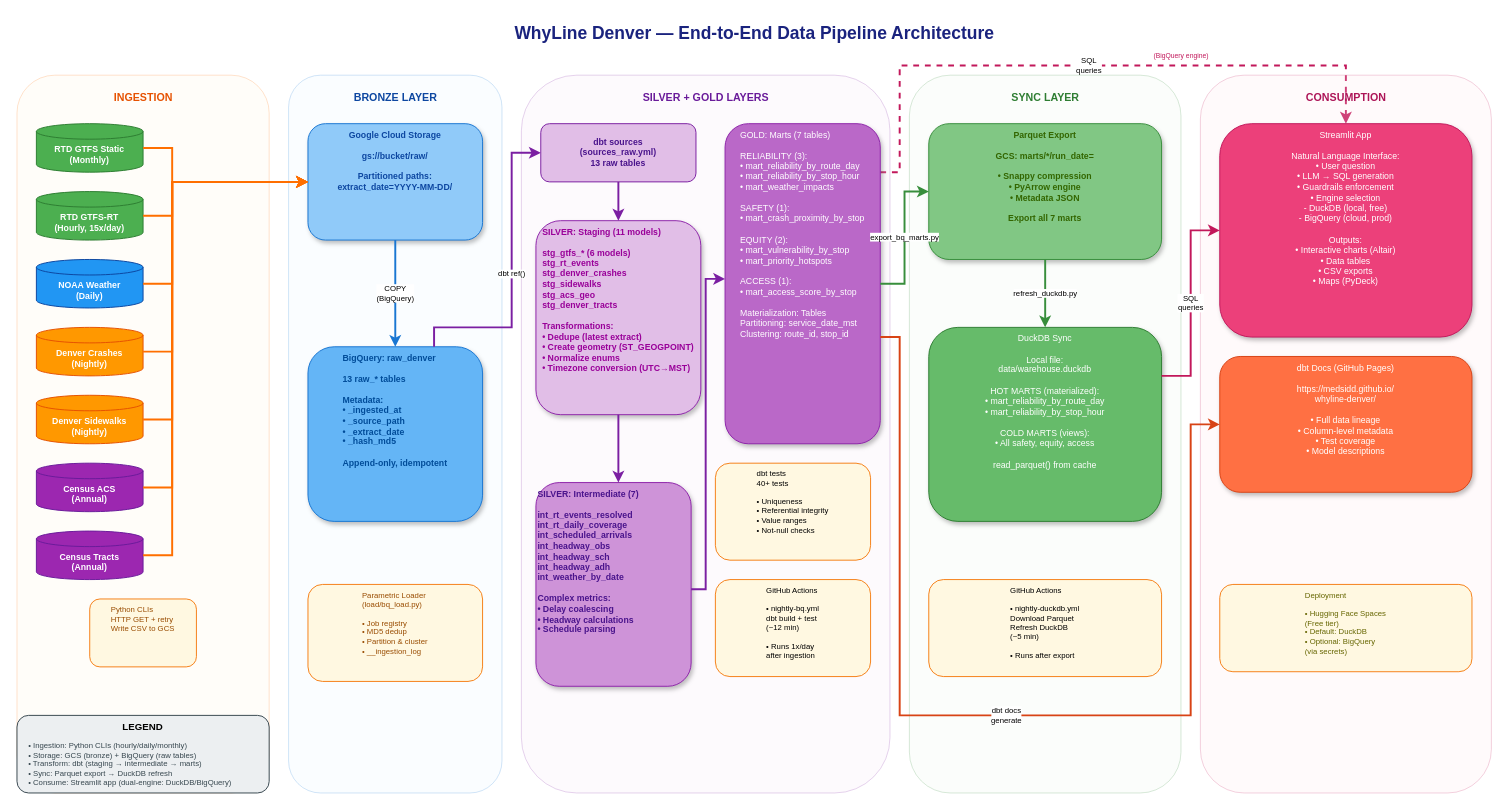
Before: docs/diagrams/pipeline.drawio in medsidd/whyline-denver, a draw.io diagram. Source tidied: cells renumbered, new cells numbered last; positions are measured from the earlier drawing's top-left corner, leaving out a move shared by most shapes. Both pictures are drawn from the tidied source at 97%, with x=0, y=0 at pixel (16, 16).
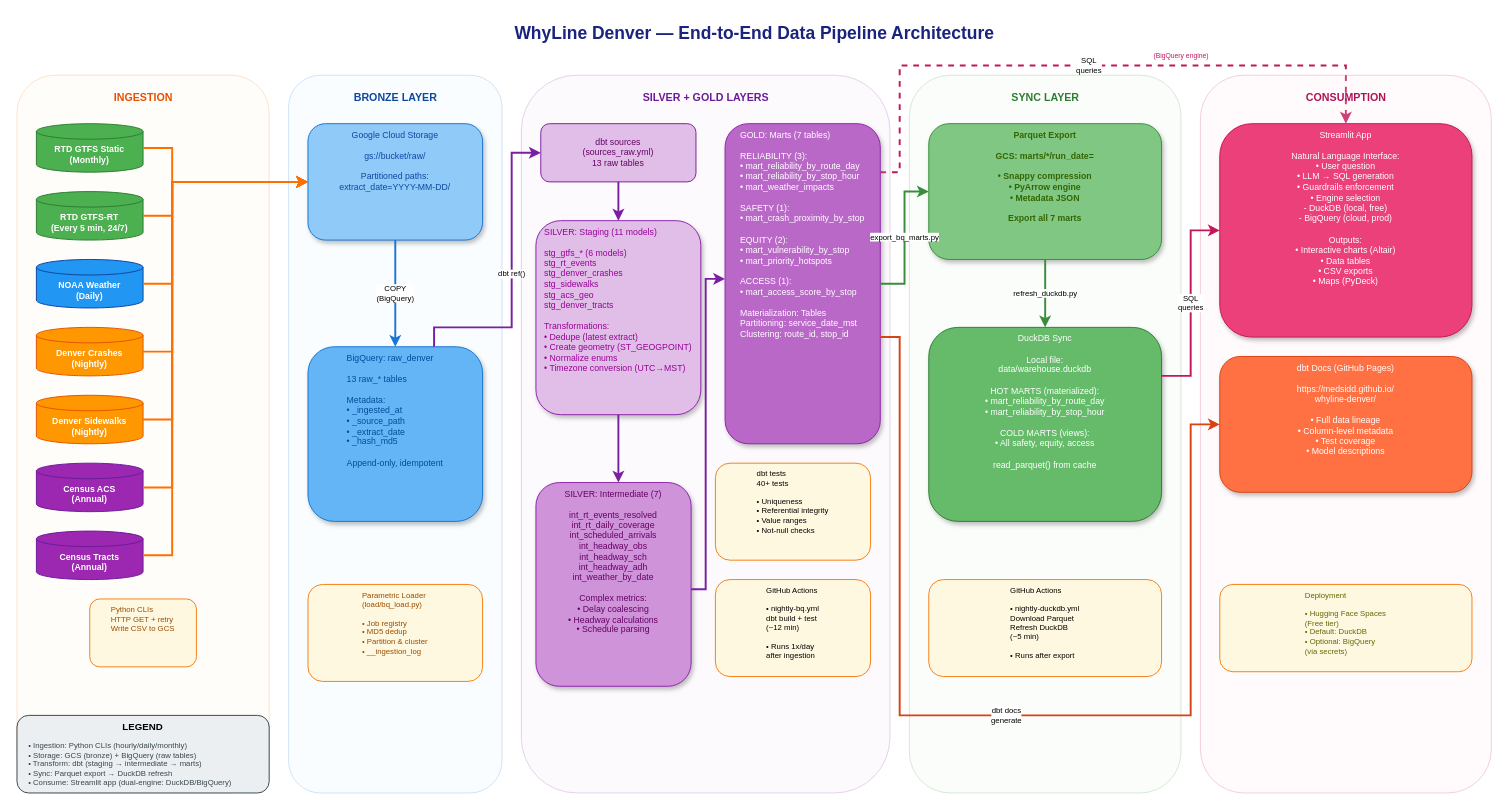
The same page after the edit.

Change to the diagram source:
```diff
@@
-    <mxCell id="15" value="RTD GTFS-RT&#10;(Hourly, 15x/day)" style="shape=cylinder3;whiteSpace=wrap;html=1;boundedLbl=1;size=8;fillColor=#4caf50;strokeColor=#2e7d32;fontColor=#ffffff;fontSize=9;fontStyle=1;" parent="1" vertex="1">
+    <mxCell id="15" value="RTD GTFS-RT&#10;(Every 5 min, 24/7)" style="shape=cylinder3;whiteSpace=wrap;html=1;boundedLbl=1;size=8;fillColor=#4caf50;strokeColor=#2e7d32;fontColor=#ffffff;fontSize=9;fontStyle=1;" parent="1" vertex="1">
       <mxGeometry x="20" y="180" width="110" height="50" as="geometry" />
     </mxCell>
@@
-    <mxCell id="22" value="Google Cloud Storage&lt;br&gt;&lt;br&gt;gs://bucket/raw/&lt;br&gt;&lt;br&gt;Partitioned paths:&lt;br&gt;extract_date=YYYY-MM-DD/" style="rounded=1;whiteSpace=wrap;html=1;fillColor=#90caf9;strokeColor=#1976d2;fontColor=#0d47a1;fontSize=9;align=center;verticalAlign=top;fontStyle=1;shadow=1;" parent="1" vertex="1">
+    <mxCell id="22" value="&lt;span style=&quot;font-weight: normal;&quot;&gt;Google Cloud Storage&lt;br&gt;&lt;br&gt;gs://bucket/raw/&lt;br&gt;&lt;br&gt;Partitioned paths:&lt;br&gt;extract_date=YYYY-MM-DD/&lt;/span&gt;" style="rounded=1;whiteSpace=wrap;html=1;fillColor=#90caf9;strokeColor=#1976d2;fontColor=#0d47a1;fontSize=9;align=center;verticalAlign=top;fontStyle=1;shadow=1;" parent="1" vertex="1">
       <mxGeometry x="300" y="110" width="180" height="120" as="geometry" />
     </mxCell>
-    <mxCell id="23" value="&lt;div style=&quot;text-align: justify;&quot;&gt;&lt;span style=&quot;background-color: transparent;&quot;&gt;&lt;font style=&quot;color: rgb(0, 76, 153);&quot;&gt;BigQuery: raw_denver&lt;/font&gt;&lt;/span&gt;&lt;/div&gt;&lt;div style=&quot;text-align: justify;&quot;&gt;&lt;font style=&quot;color: rgb(0, 76, 153);&quot;&gt;&lt;br&gt;&lt;/font&gt;&lt;/div&gt;&lt;div style=&quot;text-align: justify;&quot;&gt;&lt;span style=&quot;background-color: transparent;&quot;&gt;&lt;font style=&quot;color: rgb(0, 76, 153);&quot;&gt;13 raw_* tables&lt;/font&gt;&lt;/span&gt;&lt;/div&gt;&lt;div style=&quot;text-align: justify;&quot;&gt;&lt;font style=&quot;color: rgb(0, 76, 153);&quot;&gt;&lt;br&gt;&lt;/font&gt;&lt;/div&gt;&lt;div style=&quot;text-align: justify;&quot;&gt;&lt;span style=&quot;background-color: transparent;&quot;&gt;&lt;font style=&quot;color: rgb(0, 76, 153);&quot;&gt;Metadata:&lt;/font&gt;&lt;/span&gt;&lt;/div&gt;&lt;div style=&quot;text-align: justify;&quot;&gt;&lt;span style=&quot;background-color: transparent;&quot;&gt;&lt;font style=&quot;color: rgb(0, 76, 153);&quot;&gt;• _ingested_at&lt;/font&gt;&lt;/span&gt;&lt;/div&gt;&lt;div style=&quot;text-align: justify;&quot;&gt;&lt;span style=&quot;background-color: transparent;&quot;&gt;&lt;font style=&quot;color: rgb(0, 76, 153);&quot;&gt;• _source_path&lt;/font&gt;&lt;/span&gt;&lt;/div&gt;&lt;div style=&quot;text-align: justify;&quot;&gt;&lt;span style=&quot;background-color: transparent;&quot;&gt;&lt;font style=&quot;color: rgb(0, 76, 153);&quot;&gt;• _extract_date&lt;/font&gt;&lt;/span&gt;&lt;/div&gt;&lt;div style=&quot;text-align: justify;&quot;&gt;&lt;span style=&quot;background-color: transparent;&quot;&gt;&lt;font style=&quot;color: rgb(0, 76, 153);&quot;&gt;• _hash_md5&lt;/font&gt;&lt;/span&gt;&lt;/div&gt;&lt;div style=&quot;text-align: justify;&quot;&gt;&lt;font style=&quot;color: rgb(0, 76, 153);&quot;&gt;&lt;br&gt;&lt;/font&gt;&lt;/div&gt;&lt;div style=&quot;text-align: justify;&quot;&gt;&lt;span style=&quot;background-color: transparent;&quot;&gt;&lt;font style=&quot;color: rgb(0, 76, 153);&quot;&gt;Append-only, idempotent&lt;/font&gt;&lt;/span&gt;&lt;/div&gt;" style="rounded=1;whiteSpace=wrap;html=1;fillColor=#64b5f6;strokeColor=#1976d2;fontColor=#0d47a1;fontSize=9;align=center;verticalAlign=top;fontStyle=1;shadow=1;" parent="1" vertex="1">
+    <mxCell id="23" value="&lt;div style=&quot;text-align: justify;&quot;&gt;&lt;span style=&quot;background-color: transparent; font-weight: normal;&quot;&gt;&lt;font style=&quot;color: rgb(0, 76, 153);&quot;&gt;BigQuery: raw_denver&lt;/font&gt;&lt;/span&gt;&lt;/div&gt;&lt;div style=&quot;text-align: justify;&quot;&gt;&lt;font style=&quot;color: rgb(0, 76, 153); font-weight: normal;&quot;&gt;&lt;br&gt;&lt;/font&gt;&lt;/div&gt;&lt;div style=&quot;text-align: justify;&quot;&gt;&lt;span style=&quot;background-color: transparent; font-weight: normal;&quot;&gt;&lt;font style=&quot;color: rgb(0, 76, 153);&quot;&gt;13 raw_* tables&lt;/font&gt;&lt;/span&gt;&lt;/div&gt;&lt;div style=&quot;text-align: justify;&quot;&gt;&lt;font style=&quot;color: rgb(0, 76, 153); font-weight: normal;&quot;&gt;&lt;br&gt;&lt;/font&gt;&lt;/div&gt;&lt;div style=&quot;text-align: justify;&quot;&gt;&lt;span style=&quot;background-color: transparent; font-weight: normal;&quot;&gt;&lt;font style=&quot;color: rgb(0, 76, 153);&quot;&gt;Metadata:&lt;/font&gt;&lt;/span&gt;&lt;/div&gt;&lt;div style=&quot;text-align: justify;&quot;&gt;&lt;span style=&quot;background-color: transparent; font-weight: normal;&quot;&gt;&lt;font style=&quot;color: rgb(0, 76, 153);&quot;&gt;• _ingested_at&lt;/font&gt;&lt;/span&gt;&lt;/div&gt;&lt;div style=&quot;text-align: justify;&quot;&gt;&lt;span style=&quot;background-color: transparent; font-weight: normal;&quot;&gt;&lt;font style=&quot;color: rgb(0, 76, 153);&quot;&gt;• _source_path&lt;/font&gt;&lt;/span&gt;&lt;/div&gt;&lt;div style=&quot;text-align: justify;&quot;&gt;&lt;span style=&quot;background-color: transparent; font-weight: normal;&quot;&gt;&lt;font style=&quot;color: rgb(0, 76, 153);&quot;&gt;• _extract_date&lt;/font&gt;&lt;/span&gt;&lt;/div&gt;&lt;div style=&quot;text-align: justify;&quot;&gt;&lt;span style=&quot;background-color: transparent; font-weight: normal;&quot;&gt;&lt;font style=&quot;color: rgb(0, 76, 153);&quot;&gt;• _hash_md5&lt;/font&gt;&lt;/span&gt;&lt;/div&gt;&lt;div style=&quot;text-align: justify;&quot;&gt;&lt;font style=&quot;color: rgb(0, 76, 153); font-weight: normal;&quot;&gt;&lt;br&gt;&lt;/font&gt;&lt;/div&gt;&lt;div style=&quot;text-align: justify;&quot;&gt;&lt;span style=&quot;background-color: transparent; font-weight: normal;&quot;&gt;&lt;font style=&quot;color: rgb(0, 76, 153);&quot;&gt;Append-only, idempotent&lt;/font&gt;&lt;/span&gt;&lt;/div&gt;" style="rounded=1;whiteSpace=wrap;html=1;fillColor=#64b5f6;strokeColor=#1976d2;fontColor=#0d47a1;fontSize=9;align=center;verticalAlign=top;fontStyle=1;shadow=1;" parent="1" vertex="1">
       <mxGeometry x="300" y="340" width="180" height="180" as="geometry" />
     </mxCell>
@@
-    <mxCell id="25" value="dbt sources&#10;(sources_raw.yml)&#10;13 raw tables" style="rounded=1;whiteSpace=wrap;html=1;fillColor=#e1bee7;strokeColor=#7b1fa2;fontColor=#4a148c;fontSize=9;fontStyle=1;" parent="1" vertex="1">
+    <mxCell id="25" value="&lt;span style=&quot;font-weight: normal;&quot;&gt;&lt;font style=&quot;color: rgb(102, 0, 102);&quot;&gt;dbt sources&lt;br&gt;(sources_raw.yml)&lt;br&gt;13 raw tables&lt;/font&gt;&lt;/span&gt;" style="rounded=1;whiteSpace=wrap;html=1;fillColor=#e1bee7;strokeColor=#7b1fa2;fontColor=#4a148c;fontSize=9;fontStyle=1;" parent="1" vertex="1">
       <mxGeometry x="540" y="110" width="160" height="60" as="geometry" />
     </mxCell>
-    <mxCell id="26" value="&lt;div style=&quot;text-align: justify;&quot;&gt;&lt;span style=&quot;background-color: transparent;&quot;&gt;&lt;font style=&quot;color: rgb(153, 0, 153);&quot;&gt;SILVER: Staging (11 models)&lt;/font&gt;&lt;/span&gt;&lt;/div&gt;&lt;div style=&quot;text-align: justify;&quot;&gt;&lt;font style=&quot;color: rgb(153, 0, 153);&quot;&gt;&lt;br&gt;&lt;/font&gt;&lt;/div&gt;&lt;div style=&quot;text-align: justify;&quot;&gt;&lt;span style=&quot;background-color: transparent;&quot;&gt;&lt;font style=&quot;color: rgb(153, 0, 153);&quot;&gt;stg_gtfs_* (6 models)&lt;/font&gt;&lt;/span&gt;&lt;/div&gt;&lt;div style=&quot;text-align: justify;&quot;&gt;&lt;span style=&quot;background-color: transparent;&quot;&gt;&lt;font style=&quot;color: rgb(153, 0, 153);&quot;&gt;stg_rt_events&lt;/font&gt;&lt;/span&gt;&lt;/div&gt;&lt;div style=&quot;text-align: justify;&quot;&gt;&lt;span style=&quot;background-color: transparent;&quot;&gt;&lt;font style=&quot;color: rgb(153, 0, 153);&quot;&gt;stg_denver_crashes&lt;/font&gt;&lt;/span&gt;&lt;/div&gt;&lt;div style=&quot;text-align: justify;&quot;&gt;&lt;span style=&quot;background-color: transparent;&quot;&gt;&lt;font style=&quot;color: rgb(153, 0, 153);&quot;&gt;stg_sidewalks&lt;/font&gt;&lt;/span&gt;&lt;/div&gt;&lt;div style=&quot;text-align: justify;&quot;&gt;&lt;span style=&quot;background-color: transparent;&quot;&gt;&lt;font style=&quot;color: rgb(153, 0, 153);&quot;&gt;stg_acs_geo&lt;/font&gt;&lt;/span&gt;&lt;/div&gt;&lt;div style=&quot;text-align: justify;&quot;&gt;&lt;span style=&quot;background-color: transparent;&quot;&gt;&lt;font style=&quot;color: rgb(153, 0, 153);&quot;&gt;stg_denver_tracts&lt;/font&gt;&lt;/span&gt;&lt;/div&gt;&lt;div style=&quot;text-align: justify;&quot;&gt;&lt;font style=&quot;color: rgb(153, 0, 153);&quot;&gt;&lt;br&gt;&lt;/font&gt;&lt;/div&gt;&lt;div style=&quot;text-align: justify;&quot;&gt;&lt;span style=&quot;background-color: transparent;&quot;&gt;&lt;font style=&quot;color: rgb(153, 0, 153);&quot;&gt;Transformations:&lt;/font&gt;&lt;/span&gt;&lt;/div&gt;&lt;div style=&quot;text-align: justify;&quot;&gt;&lt;span style=&quot;background-color: transparent;&quot;&gt;&lt;font style=&quot;color: rgb(153, 0, 153);&quot;&gt;• Dedupe (latest extract)&lt;/font&gt;&lt;/span&gt;&lt;/div&gt;&lt;div style=&quot;text-align: justify;&quot;&gt;&lt;span style=&quot;background-color: transparent;&quot;&gt;&lt;font style=&quot;color: rgb(153, 0, 153);&quot;&gt;• Create geometry (ST_GEOGPOINT)&lt;/font&gt;&lt;/span&gt;&lt;/div&gt;&lt;div style=&quot;text-align: justify;&quot;&gt;&lt;span style=&quot;background-color: transparent;&quot;&gt;&lt;font style=&quot;color: rgb(153, 0, 153);&quot;&gt;• Normalize enums&lt;/font&gt;&lt;/span&gt;&lt;/div&gt;&lt;div style=&quot;text-align: justify;&quot;&gt;&lt;span style=&quot;background-color: transparent;&quot;&gt;&lt;font style=&quot;color: rgb(153, 0, 153);&quot;&gt;• Timezone conversion (UTC→MST)&lt;/font&gt;&lt;/span&gt;&lt;/div&gt;" style="rounded=1;whiteSpace=wrap;html=1;fillColor=#e1bee7;strokeColor=#8e24aa;fontColor=#4a148c;fontSize=9;align=center;verticalAlign=top;fontStyle=1;shadow=1;" parent="1" vertex="1">
+    <mxCell id="26" value="&lt;div style=&quot;text-align: justify;&quot;&gt;&lt;span style=&quot;background-color: transparent; font-weight: normal;&quot;&gt;&lt;font style=&quot;color: rgb(153, 0, 153);&quot;&gt;SILVER: Staging (11 models)&lt;/font&gt;&lt;/span&gt;&lt;/div&gt;&lt;div style=&quot;text-align: justify;&quot;&gt;&lt;font style=&quot;color: rgb(153, 0, 153); font-weight: normal;&quot;&gt;&lt;br&gt;&lt;/font&gt;&lt;/div&gt;&lt;div style=&quot;text-align: justify;&quot;&gt;&lt;span style=&quot;background-color: transparent; font-weight: normal;&quot;&gt;&lt;font style=&quot;color: rgb(153, 0, 153);&quot;&gt;stg_gtfs_* (6 models)&lt;/font&gt;&lt;/span&gt;&lt;/div&gt;&lt;div style=&quot;text-align: justify;&quot;&gt;&lt;span style=&quot;background-color: transparent; font-weight: normal;&quot;&gt;&lt;font style=&quot;color: rgb(153, 0, 153);&quot;&gt;stg_rt_events&lt;/font&gt;&lt;/span&gt;&lt;/div&gt;&lt;div style=&quot;text-align: justify;&quot;&gt;&lt;span style=&quot;background-color: transparent; font-weight: normal;&quot;&gt;&lt;font style=&quot;color: rgb(153, 0, 153);&quot;&gt;stg_denver_crashes&lt;/font&gt;&lt;/span&gt;&lt;/div&gt;&lt;div style=&quot;text-align: justify;&quot;&gt;&lt;span style=&quot;background-color: transparent; font-weight: normal;&quot;&gt;&lt;font style=&quot;color: rgb(153, 0, 153);&quot;&gt;stg_sidewalks&lt;/font&gt;&lt;/span&gt;&lt;/div&gt;&lt;div style=&quot;text-align: justify;&quot;&gt;&lt;span style=&quot;background-color: transparent; font-weight: normal;&quot;&gt;&lt;font style=&quot;color: rgb(153, 0, 153);&quot;&gt;stg_acs_geo&lt;/font&gt;&lt;/span&gt;&lt;/div&gt;&lt;div style=&quot;text-align: justify;&quot;&gt;&lt;span style=&quot;background-color: transparent; font-weight: normal;&quot;&gt;&lt;font style=&quot;color: rgb(153, 0, 153);&quot;&gt;stg_denver_tracts&lt;/font&gt;&lt;/span&gt;&lt;/div&gt;&lt;div style=&quot;text-align: justify;&quot;&gt;&lt;font style=&quot;color: rgb(153, 0, 153); font-weight: normal;&quot;&gt;&lt;br&gt;&lt;/font&gt;&lt;/div&gt;&lt;div style=&quot;text-align: justify;&quot;&gt;&lt;span style=&quot;background-color: transparent; font-weight: normal;&quot;&gt;&lt;font style=&quot;color: rgb(153, 0, 153);&quot;&gt;Transformations:&lt;/font&gt;&lt;/span&gt;&lt;/div&gt;&lt;div style=&quot;text-align: justify;&quot;&gt;&lt;span style=&quot;background-color: transparent; font-weight: normal;&quot;&gt;&lt;font style=&quot;color: rgb(153, 0, 153);&quot;&gt;• Dedupe (latest extract)&lt;/font&gt;&lt;/span&gt;&lt;/div&gt;&lt;div style=&quot;text-align: justify;&quot;&gt;&lt;span style=&quot;background-color: transparent; font-weight: normal;&quot;&gt;&lt;font style=&quot;color: rgb(153, 0, 153);&quot;&gt;• Create geometry (ST_GEOGPOINT)&lt;/font&gt;&lt;/span&gt;&lt;/div&gt;&lt;div style=&quot;text-align: justify;&quot;&gt;&lt;span style=&quot;background-color: transparent; font-weight: normal;&quot;&gt;&lt;font style=&quot;color: rgb(153, 0, 153);&quot;&gt;• Normalize enums&lt;/font&gt;&lt;/span&gt;&lt;/div&gt;&lt;div style=&quot;text-align: justify;&quot;&gt;&lt;span style=&quot;background-color: transparent; font-weight: normal;&quot;&gt;&lt;font style=&quot;color: rgb(153, 0, 153);&quot;&gt;• Timezone conversion (UTC→MST)&lt;/font&gt;&lt;/span&gt;&lt;/div&gt;" style="rounded=1;whiteSpace=wrap;html=1;fillColor=#e1bee7;strokeColor=#8e24aa;fontColor=#4a148c;fontSize=9;align=center;verticalAlign=top;fontStyle=1;shadow=1;" parent="1" vertex="1">
       <mxGeometry x="535" y="210" width="170" height="200" as="geometry" />
     </mxCell>
-    <mxCell id="27" value="SILVER: Intermediate (7)&#10;&#10;int_rt_events_resolved&#10;int_rt_daily_coverage&#10;int_scheduled_arrivals&#10;int_headway_obs&#10;int_headway_sch&#10;int_headway_adh&#10;int_weather_by_date&#10;&#10;Complex metrics:&#10;• Delay coalescing&#10;• Headway calculations&#10;• Schedule parsing" style="rounded=1;whiteSpace=wrap;html=1;fillColor=#ce93d8;strokeColor=#8e24aa;fontColor=#4a148c;fontSize=9;align=left;verticalAlign=top;fontStyle=1;shadow=1;" parent="1" vertex="1">
+    <mxCell id="27" value="&lt;span style=&quot;font-weight: normal;&quot;&gt;&lt;font style=&quot;color: rgb(102, 0, 102);&quot;&gt;SILVER: Intermediate (7)&lt;br&gt;&lt;br&gt;int_rt_events_resolved&lt;br&gt;int_rt_daily_coverage&lt;br&gt;int_scheduled_arrivals&lt;br&gt;int_headway_obs&lt;br&gt;int_headway_sch&lt;br&gt;int_headway_adh&lt;br&gt;int_weather_by_date&lt;br&gt;&lt;br&gt;Complex metrics:&lt;br&gt;• Delay coalescing&lt;br&gt;• Headway calculations&lt;br&gt;• Schedule parsing&lt;/font&gt;&lt;/span&gt;" style="rounded=1;whiteSpace=wrap;html=1;fillColor=#ce93d8;strokeColor=#8e24aa;fontColor=#4a148c;fontSize=9;align=center;verticalAlign=top;fontStyle=1;shadow=1;" parent="1" vertex="1">
       <mxGeometry x="535" y="480" width="160" height="210" as="geometry" />
     </mxCell>
```
